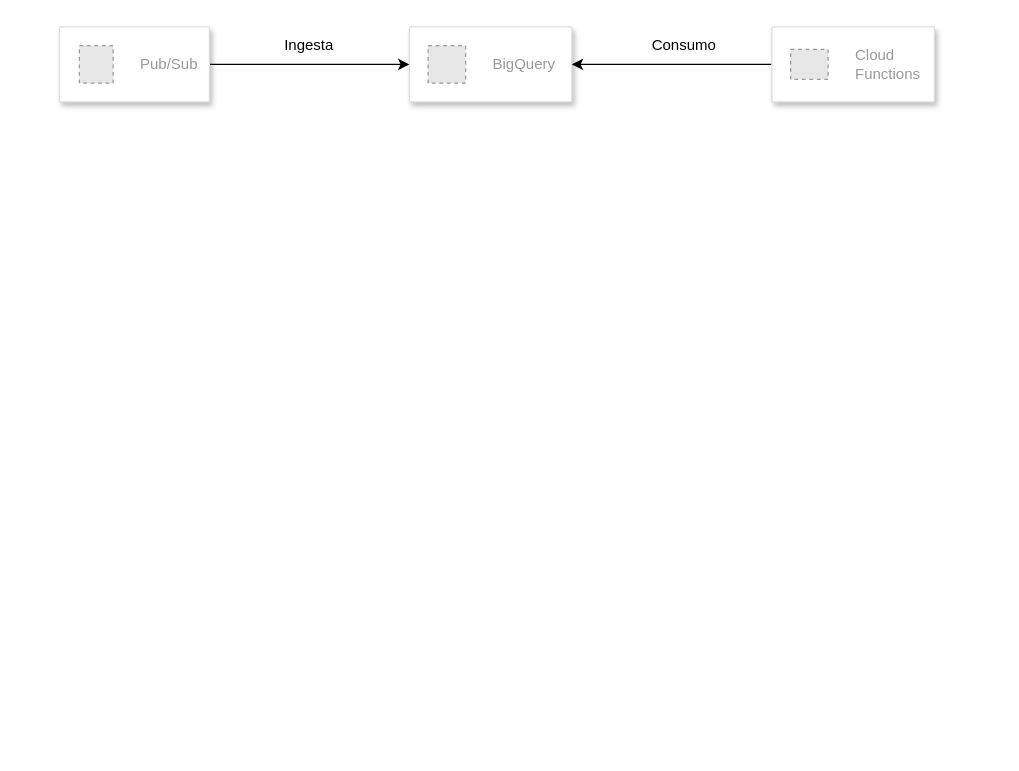
andycpu/latam-challenge keeps this draw.io diagram as latam-challenge.drawio. Above is the earlier version. Source tidied: cells renumbered, new cells numbered last; positions are measured from the earlier drawing's top-left corner, leaving out a move shared by most shapes. Both pictures are drawn from the tidied source at 125%, with x=0, y=0 at pixel (59, 26). Pictures stored in the file or linked from it are replaced by grey dashed boxes.
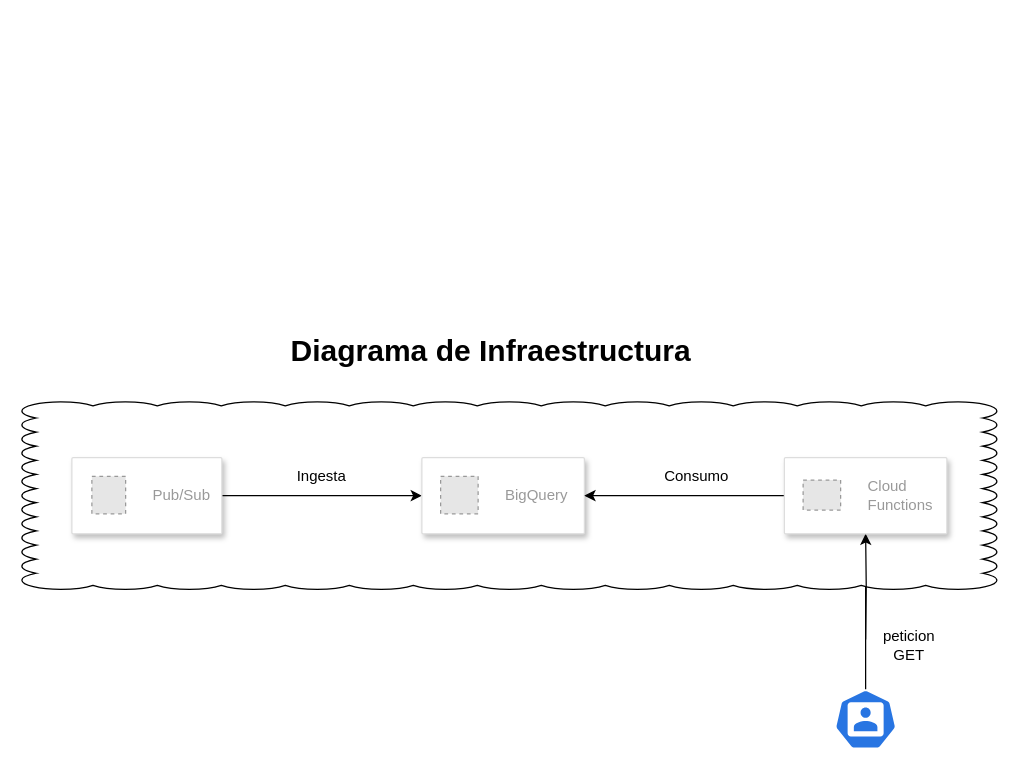
The same diagram, later.

Diff of the diagram source:
```diff
@@
-    <mxCell id="2" style="strokeColor=#dddddd;shadow=1;strokeWidth=1;rounded=1;absoluteArcSize=1;arcSize=2;" parent="1" vertex="1">
-      <mxGeometry x="280" width="130" height="60" as="geometry" />
-    </mxCell>
+    <mxCell id="11" value="peticion GET" style="text;strokeColor=none;align=center;fillColor=none;html=1;verticalAlign=middle;whiteSpace=wrap;rounded=0;" parent="1" vertex="1">
+      <mxGeometry x="650" y="470" width="60" height="50" as="geometry" />
+    </mxCell>
+    <mxCell id="12" value="Diagrama de Infraestructura" style="text;strokeColor=none;fillColor=none;html=1;fontSize=24;fontStyle=1;verticalAlign=middle;align=center;" parent="1" vertex="1">
+      <mxGeometry x="295" y="240" width="100" height="40" as="geometry" />
+    </mxCell>
+    <mxCell id="13" style="edgeStyle=orthogonalEdgeStyle;rounded=0;jettySize=auto;html=1;entryX=0.5;entryY=1;entryDx=0;entryDy=0;" parent="1" edge="1" source="14" target="21">
+      <mxGeometry relative="1" as="geometry" />
+    </mxCell>
+    <mxCell id="14" style="sketch=0;html=1;dashed=0;whitespace=wrap;fillColor=#2875E2;strokeColor=#ffffff;points=[[0.005,0.63,0],[0.1,0.2,0],[0.9,0.2,0],[0.5,0,0],[0.995,0.63,0],[0.72,0.99,0],[0.5,1,0],[0.28,0.99,0]];shape=mxgraph.kubernetes.icon2;prIcon=user;" parent="1" vertex="1">
+      <mxGeometry x="620" y="530" width="50" height="48" as="geometry" />
+    </mxCell>
+    <mxCell id="15" style="whiteSpace=wrap;html=1;shape=mxgraph.basic.cloud_rect;" parent="1" vertex="1">
+      <mxGeometry x="-30" y="300" width="780" height="150" as="geometry" />
+    </mxCell>
+    <mxCell id="16" style="edgeStyle=orthogonalEdgeStyle;rounded=0;jettySize=auto;html=1;entryX=0;entryY=0.5;entryDx=0;entryDy=0;" parent="1" edge="1" source="19" target="17">
+      <mxGeometry relative="1" as="geometry" />
+    </mxCell>
+    <mxCell id="17" style="strokeColor=#dddddd;shadow=1;strokeWidth=1;rounded=1;absoluteArcSize=1;arcSize=2;" parent="1" vertex="1">
+      <mxGeometry x="290" y="344.5" width="130" height="61" as="geometry" />
+    </mxCell>
-    <mxCell id="3" value="BigQuery" style="fillColor=#E6E6E6;strokeColor=#999999;dashed=1;html=1;fontColor=#999999;verticalLabelPosition=middle;verticalAlign=middle;labelPosition=right;align=left;spacingLeft=20;" parent="2" vertex="1">
+    <mxCell id="3" value="BigQuery" style="fillColor=#E6E6E6;strokeColor=#999999;dashed=1;html=1;fontColor=#999999;verticalLabelPosition=middle;verticalAlign=middle;labelPosition=right;align=left;spacingLeft=20;" parent="17" vertex="1">
       <mxGeometry width="30" height="30" relative="1" as="geometry">
         <mxPoint x="15" y="15" as="offset" />
       </mxGeometry>
     </mxCell>
-    <mxCell id="4" style="edgeStyle=orthogonalEdgeStyle;rounded=0;jettySize=auto;html=1;entryX=0;entryY=0.5;entryDx=0;entryDy=0;" parent="1" edge="1" source="5" target="2">
-      <mxGeometry relative="1" as="geometry" />
-    </mxCell>
-    <mxCell id="5" style="strokeColor=#dddddd;shadow=1;strokeWidth=1;rounded=1;absoluteArcSize=1;arcSize=2;" parent="1" vertex="1">
-      <mxGeometry width="120" height="60" as="geometry" />
-    </mxCell>
+    <mxCell id="18" style="edgeStyle=orthogonalEdgeStyle;rounded=0;jettySize=auto;html=1;" parent="1" edge="1" source="21" target="17">
+      <mxGeometry relative="1" as="geometry" />
+    </mxCell>
+    <mxCell id="19" style="strokeColor=#dddddd;shadow=1;strokeWidth=1;rounded=1;absoluteArcSize=1;arcSize=2;" parent="1" vertex="1">
+      <mxGeometry x="10" y="344.5" width="120" height="61" as="geometry" />
+    </mxCell>
-    <mxCell id="6" value="Pub/Sub" style="fillColor=#E6E6E6;strokeColor=#999999;dashed=1;html=1;fontColor=#999999;verticalLabelPosition=middle;verticalAlign=middle;labelPosition=right;align=left;spacingLeft=20;" parent="5" vertex="1">
+    <mxCell id="6" value="Pub/Sub" style="fillColor=#E6E6E6;strokeColor=#999999;dashed=1;html=1;fontColor=#999999;verticalLabelPosition=middle;verticalAlign=middle;labelPosition=right;align=left;spacingLeft=20;" parent="19" vertex="1">
       <mxGeometry width="27" height="30" relative="1" as="geometry">
         <mxPoint x="16" y="15" as="offset" />
       </mxGeometry>
     </mxCell>
-    <mxCell id="7" style="edgeStyle=orthogonalEdgeStyle;rounded=0;jettySize=auto;html=1;" parent="1" edge="1" source="8" target="2">
-      <mxGeometry relative="1" as="geometry" />
-    </mxCell>
-    <mxCell id="8" style="strokeColor=#dddddd;shadow=1;strokeWidth=1;rounded=1;absoluteArcSize=1;arcSize=2;" parent="1" vertex="1">
-      <mxGeometry x="570" width="130" height="60" as="geometry" />
-    </mxCell>
+    <mxCell id="20" style="edgeStyle=orthogonalEdgeStyle;rounded=0;jettySize=auto;html=1;" parent="1" edge="1" target="21">
+      <mxGeometry relative="1" as="geometry">
+        <mxPoint x="645" y="490" as="sourcePoint" />
+      </mxGeometry>
+    </mxCell>
+    <mxCell id="21" style="strokeColor=#dddddd;shadow=1;strokeWidth=1;rounded=1;absoluteArcSize=1;arcSize=2;" parent="1" vertex="1">
+      <mxGeometry x="580" y="344.5" width="130" height="61" as="geometry" />
+    </mxCell>
-    <mxCell id="9" value="Cloud&#10;Functions" style="fillColor=#E6E6E6;strokeColor=#999999;dashed=1;html=1;fontColor=#999999;verticalLabelPosition=middle;verticalAlign=middle;labelPosition=right;align=left;spacingLeft=20;" parent="8" vertex="1">
+    <mxCell id="9" value="Cloud&#10;Functions" style="fillColor=#E6E6E6;strokeColor=#999999;dashed=1;html=1;fontColor=#999999;verticalLabelPosition=middle;verticalAlign=middle;labelPosition=right;align=left;spacingLeft=20;" parent="21" vertex="1">
       <mxGeometry width="30" height="24" relative="1" as="geometry">
         <mxPoint x="15" y="18" as="offset" />
       </mxGeometry>
     </mxCell>
     <mxCell id="10" value="Ingesta" style="text;strokeColor=none;align=center;fillColor=none;html=1;verticalAlign=middle;whiteSpace=wrap;rounded=0;" parent="1" vertex="1">
-      <mxGeometry x="170" width="60" height="30" as="geometry" />
+      <mxGeometry x="180" y="344.5" width="60" height="31" as="geometry" />
     </mxCell>
-    <mxCell id="11" value="Consumo" style="text;strokeColor=none;align=center;fillColor=none;html=1;verticalAlign=middle;whiteSpace=wrap;rounded=0;" parent="1" vertex="1">
-      <mxGeometry x="470" width="60" height="30" as="geometry" />
-    </mxCell>
+    <mxCell id="22" value="Consumo" style="text;strokeColor=none;align=center;fillColor=none;html=1;verticalAlign=middle;whiteSpace=wrap;rounded=0;" parent="1" vertex="1">
+      <mxGeometry x="480" y="344.5" width="60" height="31" as="geometry" />
+    </mxCell>
```
